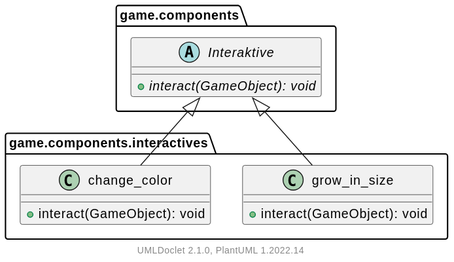
Earlier version of the PlantUML export doc/javadoc/game/components/interactives/package.svg (Hirschiii/JavaGameEngine).
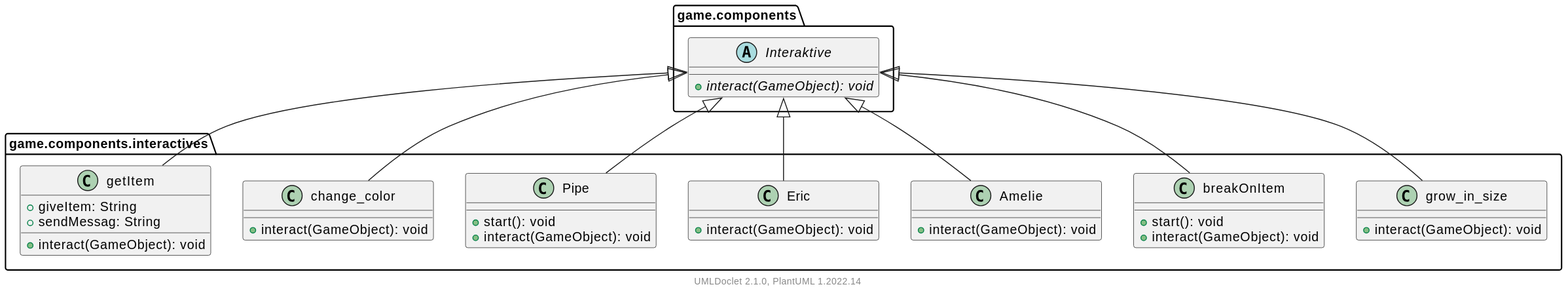
The same file after the commit.

The edit, as a diff of the source:
```diff
@@ -5,12 +5,41 @@
             +interact(GameObject): void
         }
 
+        class breakOnItem [[breakOnItem.html]] {
+            +start(): void
+            +interact(GameObject): void
+        }
+
+        class Amelie [[Amelie.html]] {
+            +interact(GameObject): void
+        }
+
+        class Eric [[Eric.html]] {
+            +interact(GameObject): void
+        }
+
+        class Pipe [[Pipe.html]] {
+            +start(): void
+            +interact(GameObject): void
+        }
+
         class change_color [[change_color.html]] {
             +interact(GameObject): void
         }
 
+        class getItem [[getItem.html]] {
+            +giveItem: String
+            +sendMessag: String
+            +interact(GameObject): void
+        }
+
         game.components.Interaktive <|-- grow_in_size
+        game.components.Interaktive <|-- breakOnItem
+        game.components.Interaktive <|-- Amelie
+        game.components.Interaktive <|-- Eric
+        game.components.Interaktive <|-- Pipe
         game.components.Interaktive <|-- change_color
+        game.components.Interaktive <|-- getItem
     }
 
     namespace game.components {
```
